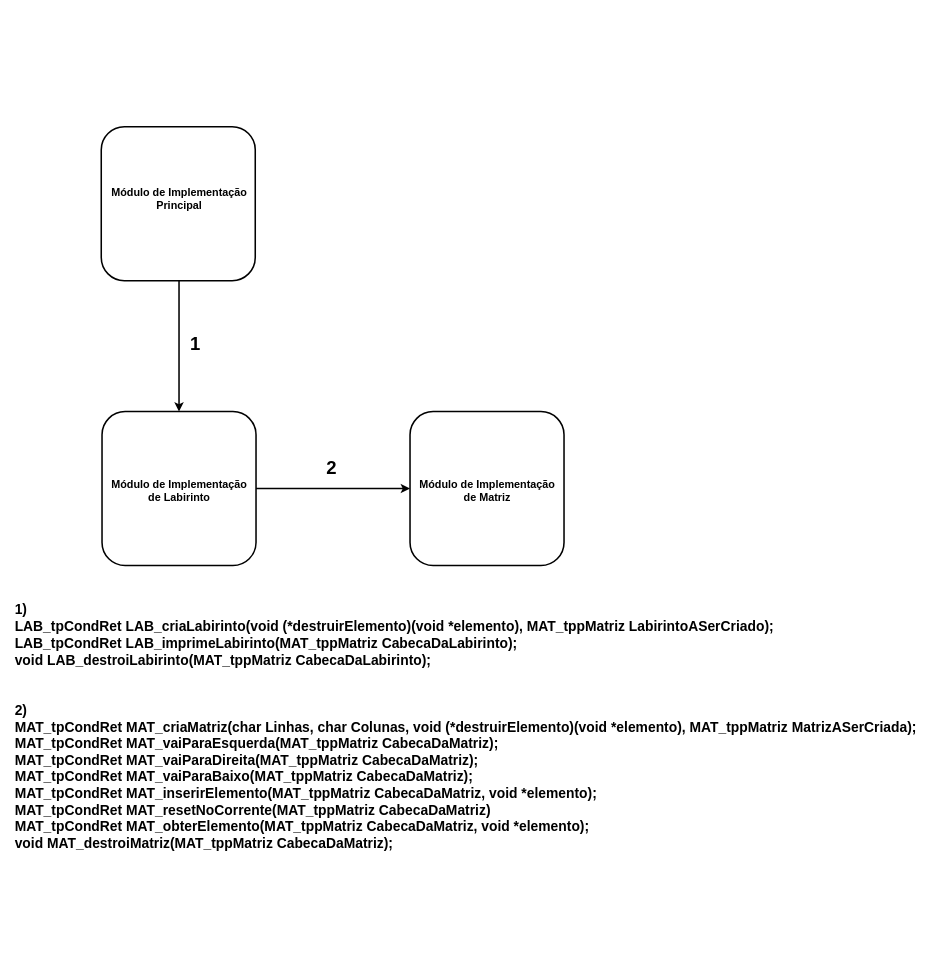
Above: page "ModeloDeArquitetura" (1 of 3) of TRAB2/Modelo de Arquitetura de Software/DiagramaDeArquiteturaDeSoftware.drawio in pcoast/modular-inf1301 (draw.io), before the change. Source tidied: cells renumbered, new cells numbered last; positions are measured from the earlier drawing's top-left corner, leaving out a move shared by most shapes. Both pictures are drawn from the tidied source at 77%, with x=0, y=0 at pixel (13, 126).
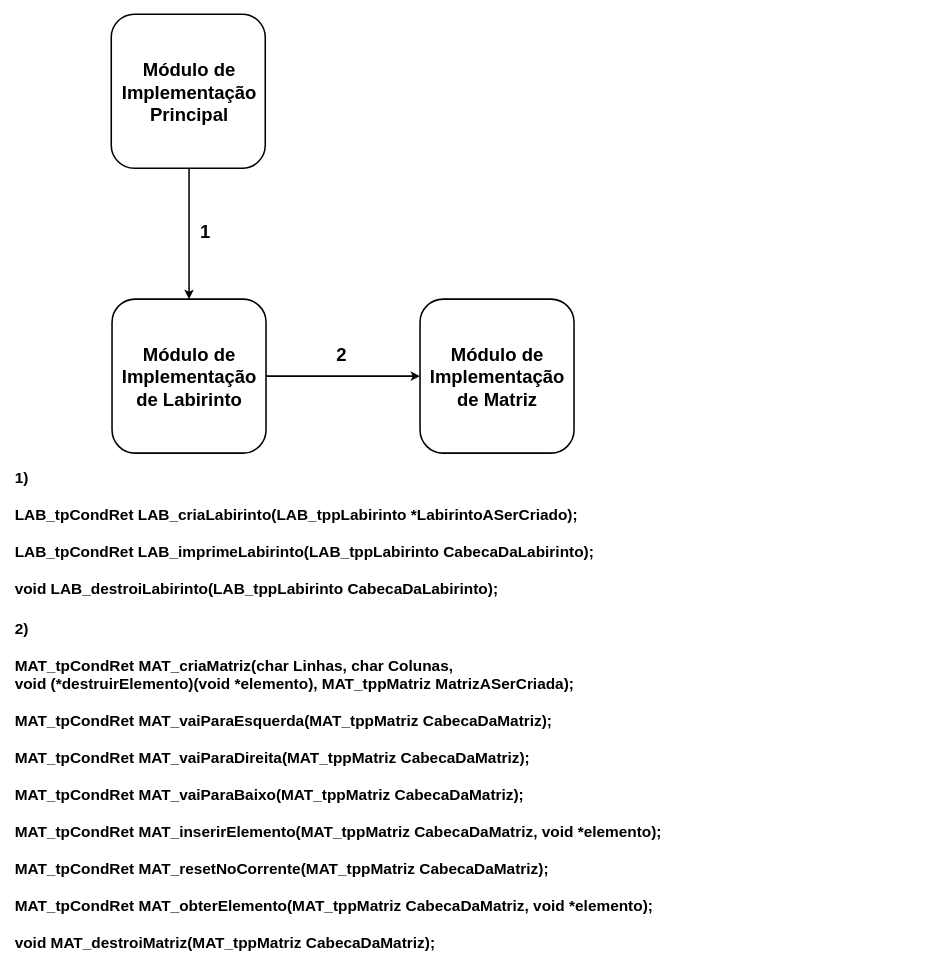
The same page after the edit.

Diff of the diagram source:
```diff
@@
 <mxGraphModel>
   <root>
     <mxCell id="0" />
     <mxCell id="1" parent="0" />
     <mxCell id="2" style="whiteSpace=wrap;html=1;rounded=1;strokeWidth=2;" parent="1" vertex="1">
-      <mxGeometry x="515" y="370" width="200" height="200" as="geometry" />
+      <mxGeometry x="528" y="224" width="200" height="200" as="geometry" />
     </mxCell>
     <mxCell id="3" style="edgeStyle=orthogonalEdgeStyle;rounded=0;jettySize=auto;html=1;entryX=0;entryY=0.5;entryDx=0;entryDy=0;comic=0;strokeWidth=2;" parent="1" edge="1" source="4" target="2">
       <mxGeometry relative="1" as="geometry" />
     </mxCell>
     <mxCell id="4" style="whiteSpace=wrap;html=1;rounded=1;strokeWidth=2;" parent="1" vertex="1">
-      <mxGeometry x="115" y="370" width="200" height="200" as="geometry" />
+      <mxGeometry x="128" y="224" width="200" height="200" as="geometry" />
     </mxCell>
     <mxCell id="5" style="edgeStyle=orthogonalEdgeStyle;rounded=0;jettySize=auto;html=1;entryX=0.5;entryY=0;entryDx=0;entryDy=0;strokeWidth=2;" parent="1" edge="1" source="6" target="4">
       <mxGeometry relative="1" as="geometry">
         <Array as="points">
-          <mxPoint x="215" y="240" />
-          <mxPoint x="215" y="240" />
+          <mxPoint x="228" y="94" />
+          <mxPoint x="228" y="94" />
         </Array>
       </mxGeometry>
     </mxCell>
     <mxCell id="6" style="whiteSpace=wrap;html=1;rounded=1;glass=0;strokeWidth=2;" parent="1" vertex="1">
-      <mxGeometry x="114" width="200" height="200" as="geometry" />
+      <mxGeometry x="127" y="-146" width="200" height="200" as="geometry" />
     </mxCell>
-    <mxCell id="7" value="&lt;h3&gt;&lt;b&gt;Módulo de Implementação&lt;br&gt;&lt;/b&gt;&lt;b&gt;de Labirinto&lt;/b&gt;&lt;/h3&gt;" style="text;html=1;align=center;verticalAlign=top;spacingTop=-4;" parent="1" vertex="1">
-      <mxGeometry x="120" y="440" width="190" height="60" as="geometry" />
+    <mxCell id="7" value="&lt;h1&gt;&lt;b&gt;Módulo de&lt;br&gt;Implementação&lt;br&gt;&lt;/b&gt;&lt;b&gt;de Labirinto&lt;/b&gt;&lt;/h1&gt;" style="text;html=1;align=center;verticalAlign=top;spacingTop=-4;" parent="1" vertex="1">
+      <mxGeometry x="133" y="264" width="190" height="80" as="geometry" />
     </mxCell>
-    <mxCell id="8" value="&lt;h3&gt;Módulo de Implementação&lt;br&gt;de Matriz&lt;/h3&gt;" style="text;html=1;align=center;verticalAlign=top;spacingTop=-4;" parent="1" vertex="1">
-      <mxGeometry x="520" y="440" width="190" height="60" as="geometry" />
+    <mxCell id="8" value="&lt;h1&gt;&lt;b&gt;Módulo de&lt;br&gt;Implementação&lt;br&gt;&lt;/b&gt;&lt;b&gt;de Matriz&lt;/b&gt;&lt;/h1&gt;" style="text;html=1;align=center;verticalAlign=top;spacingTop=-4;" parent="1" vertex="1">
+      <mxGeometry x="533" y="264" width="190" height="80" as="geometry" />
     </mxCell>
-    <mxCell id="9" value="&lt;h3&gt;&lt;b&gt;Módulo de Implementação&lt;br&gt;&lt;/b&gt;Principal&lt;/h3&gt;" style="text;html=1;align=center;verticalAlign=top;spacingTop=-4;" parent="1" vertex="1">
-      <mxGeometry x="120" y="60" width="190" height="60" as="geometry" />
+    <mxCell id="9" value="&lt;h1&gt;&lt;b&gt;Módulo de&lt;br&gt;Implementação&lt;br&gt;&lt;/b&gt;Principal&lt;/h1&gt;" style="text;html=1;align=center;verticalAlign=top;spacingTop=-4;" parent="1" vertex="1">
+      <mxGeometry x="133" y="-106" width="190" height="80" as="geometry" />
     </mxCell>
     <mxCell id="10" value="&lt;h1&gt;1&lt;/h1&gt;" style="text;html=1;align=center;verticalAlign=top;spacingTop=-4;" parent="1" vertex="1">
-      <mxGeometry x="221" y="250" width="30" height="50" as="geometry" />
+      <mxGeometry x="234" y="104" width="30" height="50" as="geometry" />
     </mxCell>
     <mxCell id="11" value="&lt;h1&gt;2&lt;/h1&gt;" style="text;html=1;align=center;verticalAlign=top;spacingTop=-4;" parent="1" vertex="1">
-      <mxGeometry x="397.5" y="410" width="30" height="50" as="geometry" />
+      <mxGeometry x="410.5" y="264" width="30" height="50" as="geometry" />
     </mxCell>
-    <mxCell id="12" value="&lt;h2&gt;1)&lt;br&gt;LAB_tpCondRet LAB_criaLabirinto(void (*destruirElemento)(void *elemento), MAT_tppMatriz LabirintoASerCriado);&lt;br&gt;LAB_tpCondRet LAB_imprimeLabirinto(MAT_tppMatriz CabecaDaLabirinto);&lt;br&gt;void LAB_destroiLabirinto(MAT_tppMatriz CabecaDaLabirinto);&lt;/h2&gt;" style="text;html=1;align=left;verticalAlign=top;spacingTop=-4;" parent="1" vertex="1">
-      <mxGeometry y="600" width="1000" height="90" as="geometry" />
+    <mxCell id="12" value="&lt;h2 style=&quot;font-size: 20px&quot;&gt;1)&lt;br&gt;&lt;br&gt;LAB_tpCondRet LAB_criaLabirinto(LAB_tppLabirinto *LabirintoASerCriado);&lt;br&gt;&lt;br&gt;LAB_tpCondRet LAB_imprimeLabirinto(LAB_tppLabirinto CabecaDaLabirinto);&lt;br&gt;&lt;br&gt;void LAB_destroiLabirinto(LAB_tppLabirinto CabecaDaLabirinto);&lt;/h2&gt;" style="text;html=1;align=left;verticalAlign=top;spacingTop=-4;" parent="1" vertex="1">
+      <mxGeometry y="424" width="770" height="130" as="geometry" />
     </mxCell>
-    <mxCell id="13" value="&lt;h2&gt;&lt;span&gt;2)&lt;br&gt;&lt;/span&gt;MAT_tpCondRet MAT_criaMatriz(char Linhas, char Colunas, void (*destruirElemento)(void *elemento), MAT_tppMatriz MatrizASerCriada);&lt;br&gt;MAT_tpCondRet MAT_vaiParaEsquerda(MAT_tppMatriz CabecaDaMatriz);&lt;br&gt;MAT_tpCondRet MAT_vaiParaDireita(MAT_tppMatriz CabecaDaMatriz);&lt;br&gt;MAT_tpCondRet MAT_vaiParaBaixo(MAT_tppMatriz CabecaDaMatriz);&lt;br&gt;MAT_tpCondRet MAT_inserirElemento(MAT_tppMatriz CabecaDaMatriz, void *elemento);&lt;br&gt;MAT_tpCondRet MAT_resetNoCorrente(MAT_tppMatriz CabecaDaMatriz)&lt;br&gt;MAT_tpCondRet MAT_obterElemento(MAT_tppMatriz CabecaDaMatriz, void *elemento);&lt;br&gt;void MAT_destroiMatriz(MAT_tppMatriz CabecaDaMatriz);&lt;/h2&gt;" style="text;html=1;align=left;verticalAlign=top;spacingTop=-4;" parent="1" vertex="1">
-      <mxGeometry y="730" width="1190" height="160" as="geometry" />
+    <mxCell id="13" value="&lt;h2 style=&quot;font-size: 20px&quot;&gt;&lt;span&gt;2)&lt;br&gt;&lt;br&gt;&lt;/span&gt;MAT_tpCondRet MAT_criaMatriz(char Linhas, char Colunas,&lt;br&gt;void (*destruirElemento)(void *elemento), MAT_tppMatriz MatrizASerCriada);&lt;br&gt;&lt;br&gt;MAT_tpCondRet MAT_vaiParaEsquerda(MAT_tppMatriz CabecaDaMatriz);&lt;br&gt;&lt;br&gt;MAT_tpCondRet MAT_vaiParaDireita(MAT_tppMatriz CabecaDaMatriz);&lt;br&gt;&lt;br&gt;MAT_tpCondRet MAT_vaiParaBaixo(MAT_tppMatriz CabecaDaMatriz);&lt;br&gt;&lt;br&gt;MAT_tpCondRet MAT_inserirElemento(MAT_tppMatriz CabecaDaMatriz, void *elemento);&lt;br&gt;&lt;br&gt;MAT_tpCondRet MAT_resetNoCorrente(MAT_tppMatriz CabecaDaMatriz);&lt;br&gt;&lt;br&gt;MAT_tpCondRet MAT_obterElemento(MAT_tppMatriz CabecaDaMatriz, void *elemento);&lt;br&gt;&lt;br&gt;void MAT_destroiMatriz(MAT_tppMatriz CabecaDaMatriz);&lt;/h2&gt;" style="text;html=1;align=left;verticalAlign=top;spacingTop=-4;" parent="1" vertex="1">
+      <mxGeometry y="620" width="860" height="290" as="geometry" />
     </mxCell>
   </root>
 </mxGraphModel>
```
